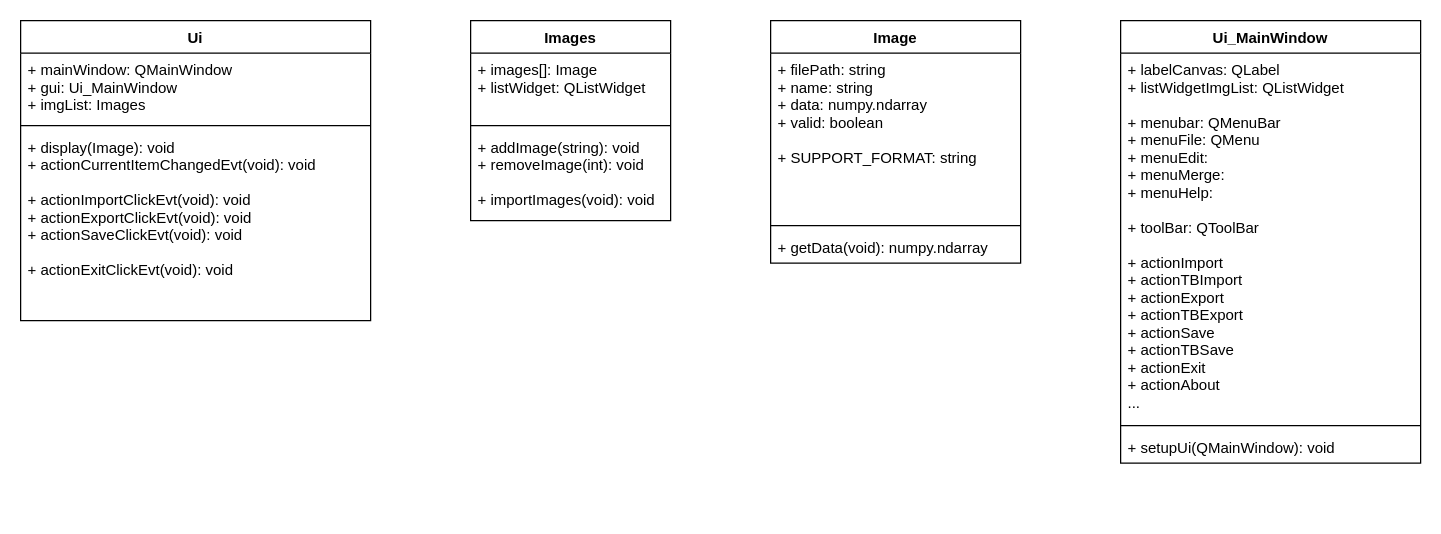
AR0EN/img-pro keeps this draw.io diagram as docs/design/classes.drawio. Above is the earlier version. Source tidied: cells renumbered, new cells numbered last; positions are measured from the earlier drawing's top-left corner, leaving out a move shared by most shapes. Both pictures are drawn from the tidied source at 125%, with x=0, y=0 at pixel (20, 20).
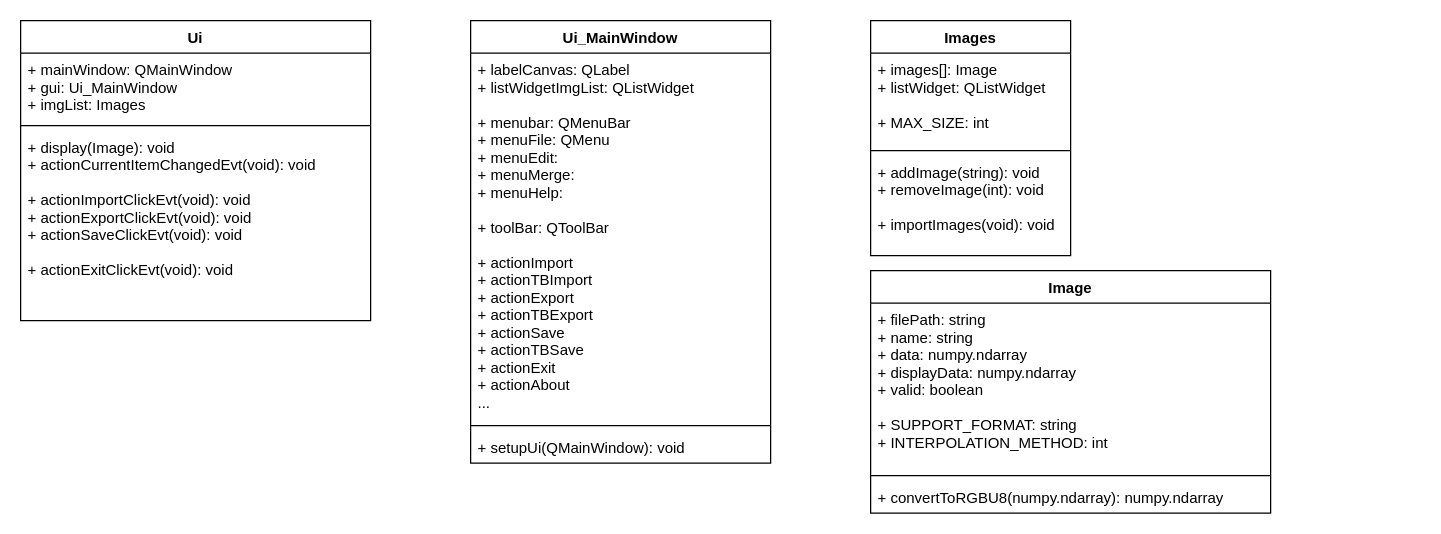
After the change.

Change to the diagram source:
```diff
@@
 <mxGraphModel>
   <root>
     <mxCell id="0" />
     <mxCell id="1" parent="0" />
     <mxCell id="2" value="Ui_MainWindow" style="swimlane;fontStyle=1;align=center;verticalAlign=top;horizontal=1;startSize=26;" parent="1" vertex="1">
-      <mxGeometry x="880" width="240" height="354" as="geometry" />
+      <mxGeometry x="360" width="240" height="354" as="geometry" />
     </mxCell>
     <mxCell id="3" value="+ labelCanvas: QLabel&#10;+ listWidgetImgList: QListWidget&#10;&#10;+ menubar: QMenuBar&#10;+ menuFile: QMenu&#10;+ menuEdit:&#10;+ menuMerge:&#10;+ menuHelp:&#10;&#10;+ toolBar: QToolBar&#10;&#10;+ actionImport&#10;+ actionTBImport&#10;+ actionExport&#10;+ actionTBExport&#10;+ actionSave&#10;+ actionTBSave&#10;+ actionExit&#10;+ actionAbout&#10;..." style="text;strokeColor=none;fillColor=none;align=left;verticalAlign=top;spacingLeft=4;spacingRight=4;overflow=hidden;" parent="2" vertex="1">
       <mxGeometry y="26" width="240" height="294" as="geometry" />
     </mxCell>
     <mxCell id="4" style="line;strokeWidth=1;fillColor=none;align=left;verticalAlign=middle;spacingTop=-1;spacingLeft=3;spacingRight=3;labelPosition=right;" parent="2" vertex="1">
       <mxGeometry y="320" width="240" height="8" as="geometry" />
     </mxCell>
     <mxCell id="5" value="+ setupUi(QMainWindow): void" style="text;strokeColor=none;fillColor=none;align=left;verticalAlign=top;spacingLeft=4;spacingRight=4;overflow=hidden;" parent="2" vertex="1">
       <mxGeometry y="328" width="240" height="26" as="geometry" />
     </mxCell>
     <mxCell id="6" value="Image" style="swimlane;fontStyle=1;align=center;verticalAlign=top;horizontal=1;startSize=26;" parent="1" vertex="1">
-      <mxGeometry x="600" width="200" height="194" as="geometry" />
+      <mxGeometry x="680" y="200" width="320" height="194" as="geometry" />
     </mxCell>
-    <mxCell id="7" value="+ filePath: string&#10;+ name: string&#10;+ data: numpy.ndarray&#10;+ valid: boolean&#10;&#10;+ SUPPORT_FORMAT: string" style="text;strokeColor=none;fillColor=none;align=left;verticalAlign=top;spacingLeft=4;spacingRight=4;overflow=hidden;" parent="6" vertex="1">
-      <mxGeometry y="26" width="200" height="134" as="geometry" />
+    <mxCell id="7" value="+ filePath: string&#10;+ name: string&#10;+ data: numpy.ndarray&#10;+ displayData: numpy.ndarray&#10;+ valid: boolean&#10;&#10;+ SUPPORT_FORMAT: string&#10;+ INTERPOLATION_METHOD: int" style="text;strokeColor=none;fillColor=none;align=left;verticalAlign=top;spacingLeft=4;spacingRight=4;overflow=hidden;" parent="6" vertex="1">
+      <mxGeometry y="26" width="320" height="134" as="geometry" />
     </mxCell>
     <mxCell id="8" style="line;strokeWidth=1;fillColor=none;align=left;verticalAlign=middle;spacingTop=-1;spacingLeft=3;spacingRight=3;labelPosition=right;" parent="6" vertex="1">
-      <mxGeometry y="160" width="200" height="8" as="geometry" />
+      <mxGeometry y="160" width="320" height="8" as="geometry" />
     </mxCell>
-    <mxCell id="9" value="+ getData(void): numpy.ndarray" style="text;strokeColor=none;fillColor=none;align=left;verticalAlign=top;spacingLeft=4;spacingRight=4;overflow=hidden;" parent="6" vertex="1">
-      <mxGeometry y="168" width="200" height="26" as="geometry" />
+    <mxCell id="9" value="+ convertToRGBU8(numpy.ndarray): numpy.ndarray" style="text;strokeColor=none;fillColor=none;align=left;verticalAlign=top;spacingLeft=4;spacingRight=4;overflow=hidden;" parent="6" vertex="1">
+      <mxGeometry y="168" width="320" height="26" as="geometry" />
     </mxCell>
     <mxCell id="10" value="Images" style="swimlane;fontStyle=1;align=center;verticalAlign=top;horizontal=1;startSize=26;" parent="1" vertex="1">
-      <mxGeometry x="360" width="160" height="160" as="geometry" />
+      <mxGeometry x="680" width="160" height="188" as="geometry" />
     </mxCell>
-    <mxCell id="11" value="+ images[]: Image&#10;+ listWidget: QListWidget" style="text;strokeColor=none;fillColor=none;align=left;verticalAlign=top;spacingLeft=4;spacingRight=4;overflow=hidden;" parent="10" vertex="1">
-      <mxGeometry y="26" width="160" height="54" as="geometry" />
+    <mxCell id="11" value="+ images[]: Image&#10;+ listWidget: QListWidget&#10;&#10;+ MAX_SIZE: int" style="text;strokeColor=none;fillColor=none;align=left;verticalAlign=top;spacingLeft=4;spacingRight=4;overflow=hidden;" parent="10" vertex="1">
+      <mxGeometry y="26" width="160" height="74" as="geometry" />
     </mxCell>
     <mxCell id="12" style="line;strokeWidth=1;fillColor=none;align=left;verticalAlign=middle;spacingTop=-1;spacingLeft=3;spacingRight=3;labelPosition=right;" parent="10" vertex="1">
-      <mxGeometry y="80" width="160" height="8" as="geometry" />
+      <mxGeometry y="100" width="160" height="8" as="geometry" />
     </mxCell>
     <mxCell id="13" value="+ addImage(string): void&#10;+ removeImage(int): void&#10;&#10;+ importImages(void): void" style="text;strokeColor=none;fillColor=none;align=left;verticalAlign=top;spacingLeft=4;spacingRight=4;overflow=hidden;" parent="10" vertex="1">
-      <mxGeometry y="88" width="160" height="72" as="geometry" />
+      <mxGeometry y="108" width="160" height="80" as="geometry" />
     </mxCell>
     <mxCell id="14" value="Ui" style="swimlane;fontStyle=1;align=center;verticalAlign=top;horizontal=1;startSize=26;" parent="1" vertex="1">
       <mxGeometry width="280" height="240" as="geometry" />
     </mxCell>
     <mxCell id="15" value="+ mainWindow: QMainWindow&#10;+ gui: Ui_MainWindow&#10;+ imgList: Images" style="text;strokeColor=none;fillColor=none;align=left;verticalAlign=top;spacingLeft=4;spacingRight=4;overflow=hidden;" parent="14" vertex="1">
       <mxGeometry y="26" width="280" height="54" as="geometry" />
     </mxCell>
     <mxCell id="16" style="line;strokeWidth=1;fillColor=none;align=left;verticalAlign=middle;spacingTop=-1;spacingLeft=3;spacingRight=3;labelPosition=right;" parent="14" vertex="1">
       <mxGeometry y="80" width="280" height="8" as="geometry" />
     </mxCell>
     <mxCell id="17" value="+ display(Image): void&#10;+ actionCurrentItemChangedEvt(void): void&#10;&#10;+ actionImportClickEvt(void): void&#10;+ actionExportClickEvt(void): void&#10;+ actionSaveClickEvt(void): void&#10;&#10;+ actionExitClickEvt(void): void" style="text;strokeColor=none;fillColor=none;align=left;verticalAlign=top;spacingLeft=4;spacingRight=4;overflow=hidden;" parent="14" vertex="1">
       <mxGeometry y="88" width="280" height="152" as="geometry" />
     </mxCell>
   </root>
 </mxGraphModel>
```
